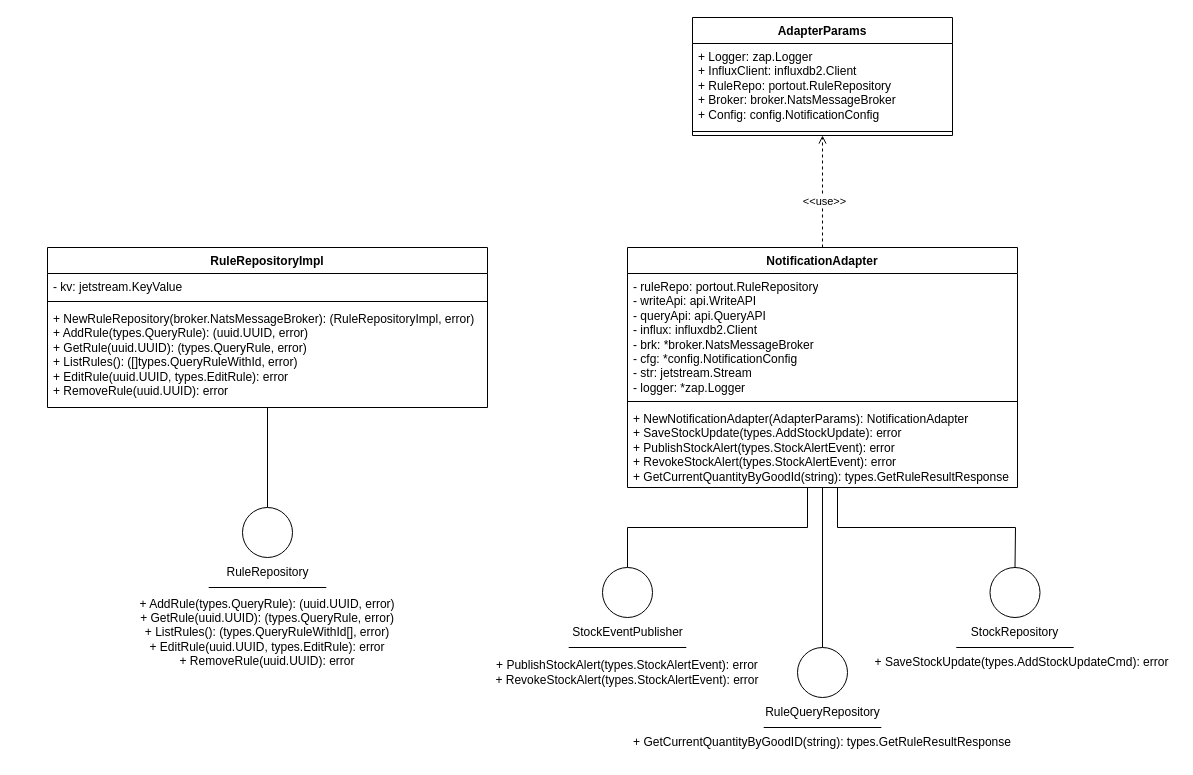
alimitedgroup/alimitedgroup.github.io keeps this draw.io diagram as page "adapterout" (2 of 4) of assets/drawio/notification.drawio. Above is the earlier version. Source tidied: cells renumbered, new cells numbered last; positions are measured from the earlier drawing's top-left corner, leaving out a move shared by most shapes. Both pictures are drawn from the tidied source at 100%, with x=0, y=0 at pixel (17, 17).
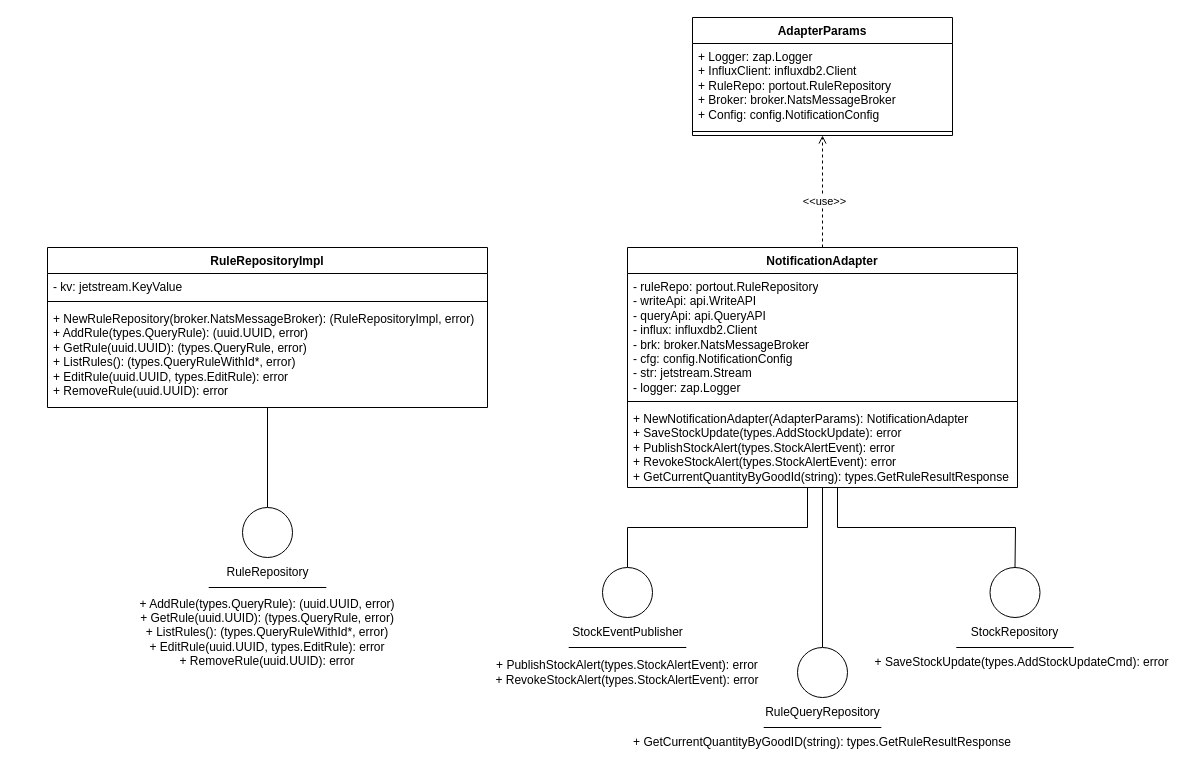
The same diagram, later.

Commit message (it also covers changes not shown here):
fix array types in UML

The change refers to these unchanged cells:
```xml
<mxCell id="10" value="NotificationAdapter" style="swimlane;fontStyle=1;align=center;verticalAlign=top;horizontal=1;startSize=26;whiteSpace=wrap;html=1;" parent="1" vertex="1">
  <mxGeometry x="610" y="230" width="390" height="240" as="geometry" />
</mxCell>
<mxCell id="27" value="RuleRepositoryImpl" style="swimlane;fontStyle=1;align=center;verticalAlign=top;horizontal=1;startSize=26;whiteSpace=wrap;html=1;" parent="1" vertex="1">
  <mxGeometry x="30" y="230" width="440" height="160" as="geometry" />
</mxCell>
```

The edit, as a diff of the source:
```diff
@@
-    <mxCell id="11" value="- ruleRepo: portout.RuleRepository&lt;br&gt;- writeApi: api.WriteAPI&lt;br&gt;- queryApi: api.QueryAPI&lt;br&gt;- influx: influxdb2.Client&lt;br&gt;- brk: *broker.NatsMessageBroker&lt;br&gt;- cfg: *config.NotificationConfig&lt;br&gt;- str: jetstream.Stream&lt;br&gt;&lt;div&gt;- logger: *zap.Logger&lt;/div&gt;" style="text;strokeColor=none;fillColor=none;align=left;verticalAlign=top;spacingLeft=4;spacingRight=4;overflow=hidden;whiteSpace=wrap;html=1;" parent="10" vertex="1">
+    <mxCell id="11" value="- ruleRepo: portout.RuleRepository&lt;br&gt;- writeApi: api.WriteAPI&lt;br&gt;- queryApi: api.QueryAPI&lt;br&gt;- influx: influxdb2.Client&lt;br&gt;- brk: broker.NatsMessageBroker&lt;br&gt;- cfg: config.NotificationConfig&lt;br&gt;- str: jetstream.Stream&lt;br&gt;&lt;div&gt;- logger: zap.Logger&lt;/div&gt;" style="text;strokeColor=none;fillColor=none;align=left;verticalAlign=top;spacingLeft=4;spacingRight=4;overflow=hidden;whiteSpace=wrap;html=1;" parent="10" vertex="1">
       <mxGeometry y="26" width="390" height="124" as="geometry" />
     </mxCell>
@@
-    <mxCell id="30" value="+ NewRuleRepository(broker.NatsMessageBroker): (RuleRepositoryImpl, error)&lt;br&gt;+ AddRule(types.QueryRule): (uuid.UUID, error)&lt;br&gt;+ GetRule(uuid.UUID): (types.QueryRule, error)&lt;br&gt;+ ListRules(): ([]types.QueryRuleWithId, error)&lt;br&gt;+ EditRule(uuid.UUID, types.EditRule): error&lt;br&gt;+ RemoveRule(uuid.UUID): error" style="text;strokeColor=none;fillColor=none;align=left;verticalAlign=top;spacingLeft=4;spacingRight=4;overflow=hidden;whiteSpace=wrap;html=1;" parent="27" vertex="1">
+    <mxCell id="30" value="+ NewRuleRepository(broker.NatsMessageBroker): (RuleRepositoryImpl, error)&lt;br&gt;+ AddRule(types.QueryRule): (uuid.UUID, error)&lt;br&gt;+ GetRule(uuid.UUID): (types.QueryRule, error)&lt;br&gt;+ ListRules(): (types.QueryRuleWithId*, error)&lt;br&gt;+ EditRule(uuid.UUID, types.EditRule): error&lt;br&gt;+ RemoveRule(uuid.UUID): error" style="text;strokeColor=none;fillColor=none;align=left;verticalAlign=top;spacingLeft=4;spacingRight=4;overflow=hidden;whiteSpace=wrap;html=1;" parent="27" vertex="1">
       <mxGeometry y="58" width="440" height="102" as="geometry" />
     </mxCell>
@@
-    <mxCell id="34" value="+ AddRule(types.QueryRule): (uuid.UUID, error)&lt;br&gt;+ GetRule(uuid.UUID): (types.QueryRule, error)&lt;br&gt;+ ListRules(): (types.QueryRuleWithId[], error)&lt;br&gt;+ EditRule(uuid.UUID, types.EditRule): error&lt;br&gt;+ RemoveRule(uuid.UUID): error" style="text;html=1;align=center;verticalAlign=middle;whiteSpace=wrap;rounded=0;" parent="1" vertex="1">
+    <mxCell id="34" value="+ AddRule(types.QueryRule): (uuid.UUID, error)&lt;br&gt;+ GetRule(uuid.UUID): (types.QueryRule, error)&lt;br&gt;+ ListRules(): (types.QueryRuleWithId*, error)&lt;br&gt;+ EditRule(uuid.UUID, types.EditRule): error&lt;br&gt;+ RemoveRule(uuid.UUID): error" style="text;html=1;align=center;verticalAlign=middle;whiteSpace=wrap;rounded=0;" parent="1" vertex="1">
       <mxGeometry y="570" width="500" height="90" as="geometry" />
     </mxCell>
```
